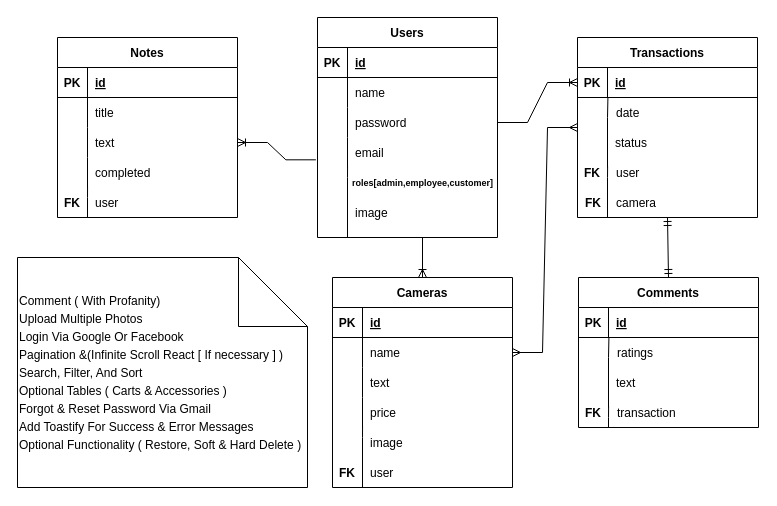
Before: backend/erd/Camera-Rental-ERD-V1.drawio in GabTheGreat25/3rd-Yr-2ndSem-FinalProject-MERN, a draw.io diagram. Source tidied: cells renumbered, new cells numbered last; positions are measured from the earlier drawing's top-left corner, leaving out a move shared by most shapes. Both pictures are drawn from the tidied source at 100%, with x=0, y=0 at pixel (17, 17).
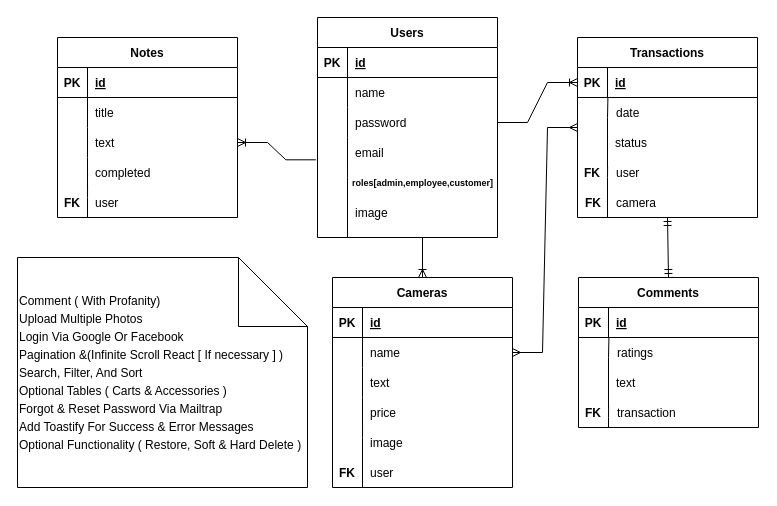
The same page after the edit.

Diff of the diagram source:
```diff
@@
-    <mxCell id="78" value="&lt;div style=&quot;text-align: justify; line-height: 150%;&quot;&gt;&lt;span style=&quot;background-color: initial;&quot;&gt;&lt;font style=&quot;font-size: 12px;&quot;&gt;Comment ( With Profanity)&lt;/font&gt;&lt;/span&gt;&lt;/div&gt;&lt;div style=&quot;text-align: justify; line-height: 150%;&quot;&gt;&lt;span style=&quot;background-color: initial;&quot;&gt;&lt;font style=&quot;font-size: 12px;&quot;&gt;Upload Multiple Photos&lt;/font&gt;&lt;/span&gt;&lt;/div&gt;&lt;font style=&quot;font-size: 12px;&quot;&gt;&lt;span style=&quot;background-color: initial;&quot;&gt;&lt;div style=&quot;text-align: justify; line-height: 150%;&quot;&gt;&lt;span style=&quot;background-color: initial;&quot;&gt;Login Via Google Or Facebook&lt;/span&gt;&lt;/div&gt;&lt;/span&gt;&lt;span style=&quot;background-color: initial;&quot;&gt;&lt;div style=&quot;text-align: justify; line-height: 150%;&quot;&gt;&lt;span style=&quot;background-color: initial;&quot;&gt;Pagination &amp;amp;(Infinite Scroll React [ If necessary ] )&lt;/span&gt;&lt;/div&gt;&lt;/span&gt;&lt;span style=&quot;background-color: initial;&quot;&gt;&lt;div style=&quot;text-align: justify; line-height: 150%;&quot;&gt;&lt;span style=&quot;background-color: initial;&quot;&gt;Search, Filter, And Sort&lt;/span&gt;&lt;/div&gt;&lt;/span&gt;&lt;span style=&quot;background-color: initial;&quot;&gt;&lt;div style=&quot;text-align: justify; line-height: 150%;&quot;&gt;&lt;span style=&quot;background-color: initial;&quot;&gt;Optional Tables ( Carts &amp;amp; Accessories )&lt;/span&gt;&lt;/div&gt;&lt;/span&gt;&lt;span style=&quot;background-color: initial;&quot;&gt;&lt;div style=&quot;text-align: justify; line-height: 150%;&quot;&gt;&lt;span style=&quot;background-color: initial;&quot;&gt;Forgot &amp;amp; Reset Password Via Gmail&lt;/span&gt;&lt;/div&gt;&lt;/span&gt;&lt;span style=&quot;background-color: initial;&quot;&gt;&lt;div style=&quot;text-align: justify; line-height: 150%;&quot;&gt;&lt;span style=&quot;background-color: initial;&quot;&gt;Add Toastify For Success &amp;amp; Error Messages&lt;/span&gt;&lt;/div&gt;&lt;/span&gt;&lt;span style=&quot;background-color: initial;&quot;&gt;&lt;div style=&quot;text-align: justify; line-height: 150%;&quot;&gt;&lt;span style=&quot;background-color: initial;&quot;&gt;Optional Functionality ( Restore, Soft &amp;amp; Hard Delete )&lt;/span&gt;&lt;/div&gt;&lt;/span&gt;&lt;/font&gt;" style="shape=note;size=69;whiteSpace=wrap;html=1;align=left;" parent="1" vertex="1">
+    <mxCell id="78" value="&lt;div style=&quot;text-align: justify; line-height: 150%;&quot;&gt;&lt;span style=&quot;background-color: initial;&quot;&gt;&lt;font style=&quot;font-size: 12px;&quot;&gt;Comment ( With Profanity)&lt;/font&gt;&lt;/span&gt;&lt;/div&gt;&lt;div style=&quot;text-align: justify; line-height: 150%;&quot;&gt;&lt;span style=&quot;background-color: initial;&quot;&gt;&lt;font style=&quot;font-size: 12px;&quot;&gt;Upload Multiple Photos&lt;/font&gt;&lt;/span&gt;&lt;/div&gt;&lt;font style=&quot;font-size: 12px;&quot;&gt;&lt;span style=&quot;background-color: initial;&quot;&gt;&lt;div style=&quot;text-align: justify; line-height: 150%;&quot;&gt;&lt;span style=&quot;background-color: initial;&quot;&gt;Login Via Google Or Facebook&lt;/span&gt;&lt;/div&gt;&lt;/span&gt;&lt;span style=&quot;background-color: initial;&quot;&gt;&lt;div style=&quot;text-align: justify; line-height: 150%;&quot;&gt;&lt;span style=&quot;background-color: initial;&quot;&gt;Pagination &amp;amp;(Infinite Scroll React [ If necessary ] )&lt;/span&gt;&lt;/div&gt;&lt;/span&gt;&lt;span style=&quot;background-color: initial;&quot;&gt;&lt;div style=&quot;text-align: justify; line-height: 150%;&quot;&gt;&lt;span style=&quot;background-color: initial;&quot;&gt;Search, Filter, And Sort&lt;/span&gt;&lt;/div&gt;&lt;/span&gt;&lt;span style=&quot;background-color: initial;&quot;&gt;&lt;div style=&quot;text-align: justify; line-height: 150%;&quot;&gt;&lt;span style=&quot;background-color: initial;&quot;&gt;Optional Tables ( Carts &amp;amp; Accessories )&lt;/span&gt;&lt;/div&gt;&lt;/span&gt;&lt;span style=&quot;background-color: initial;&quot;&gt;&lt;div style=&quot;text-align: justify; line-height: 150%;&quot;&gt;&lt;span style=&quot;background-color: initial;&quot;&gt;Forgot &amp;amp; Reset Password Via Mailtrap&lt;/span&gt;&lt;/div&gt;&lt;/span&gt;&lt;span style=&quot;background-color: initial;&quot;&gt;&lt;div style=&quot;text-align: justify; line-height: 150%;&quot;&gt;&lt;span style=&quot;background-color: initial;&quot;&gt;Add Toastify For Success &amp;amp; Error Messages&lt;/span&gt;&lt;/div&gt;&lt;/span&gt;&lt;span style=&quot;background-color: initial;&quot;&gt;&lt;div style=&quot;text-align: justify; line-height: 150%;&quot;&gt;&lt;span style=&quot;background-color: initial;&quot;&gt;Optional Functionality ( Restore, Soft &amp;amp; Hard Delete )&lt;/span&gt;&lt;/div&gt;&lt;/span&gt;&lt;/font&gt;" style="shape=note;size=69;whiteSpace=wrap;html=1;align=left;" parent="1" vertex="1">
       <mxGeometry y="240" width="290" height="230" as="geometry" />
     </mxCell>
```
